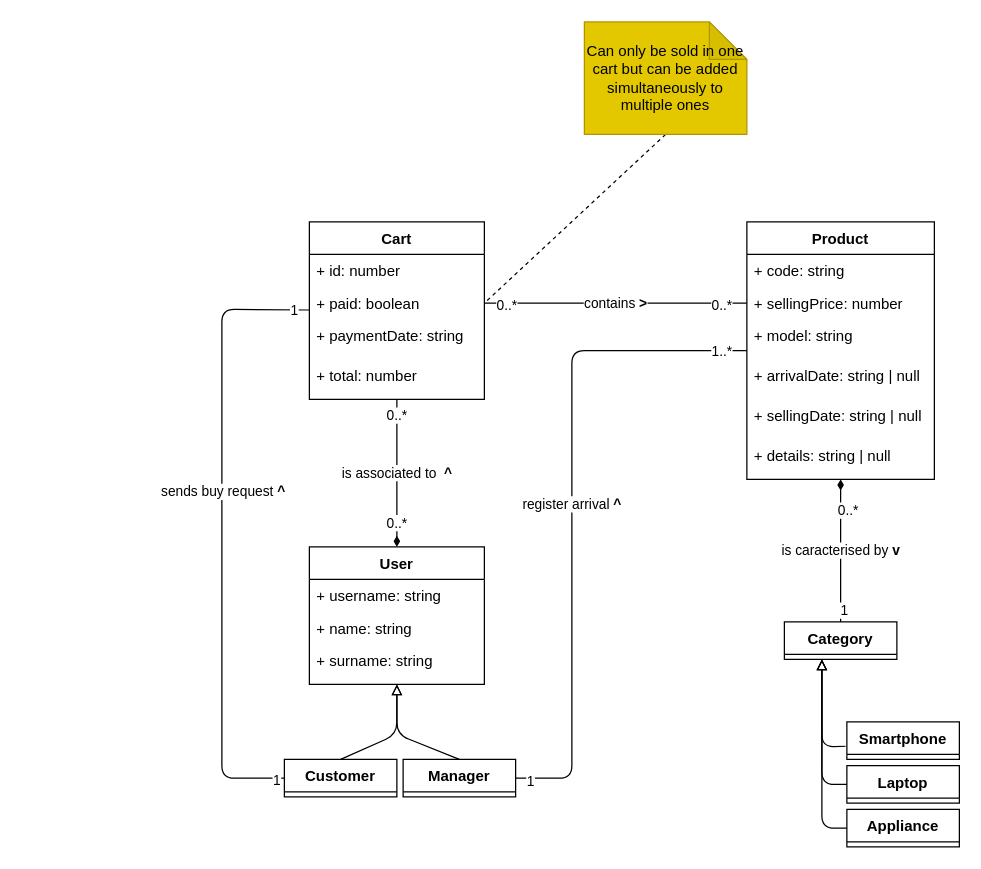
The draw.io diagram page "V1" (1 of 2) of figures/glossary.drawio in eduardz1/EZElectronics, before the edit. Source tidied: cells renumbered, new cells numbered last; positions are measured from the earlier drawing's top-left corner, leaving out a move shared by most shapes. Both pictures are drawn from the tidied source at 125%, with x=0, y=0 at pixel (221, 21).
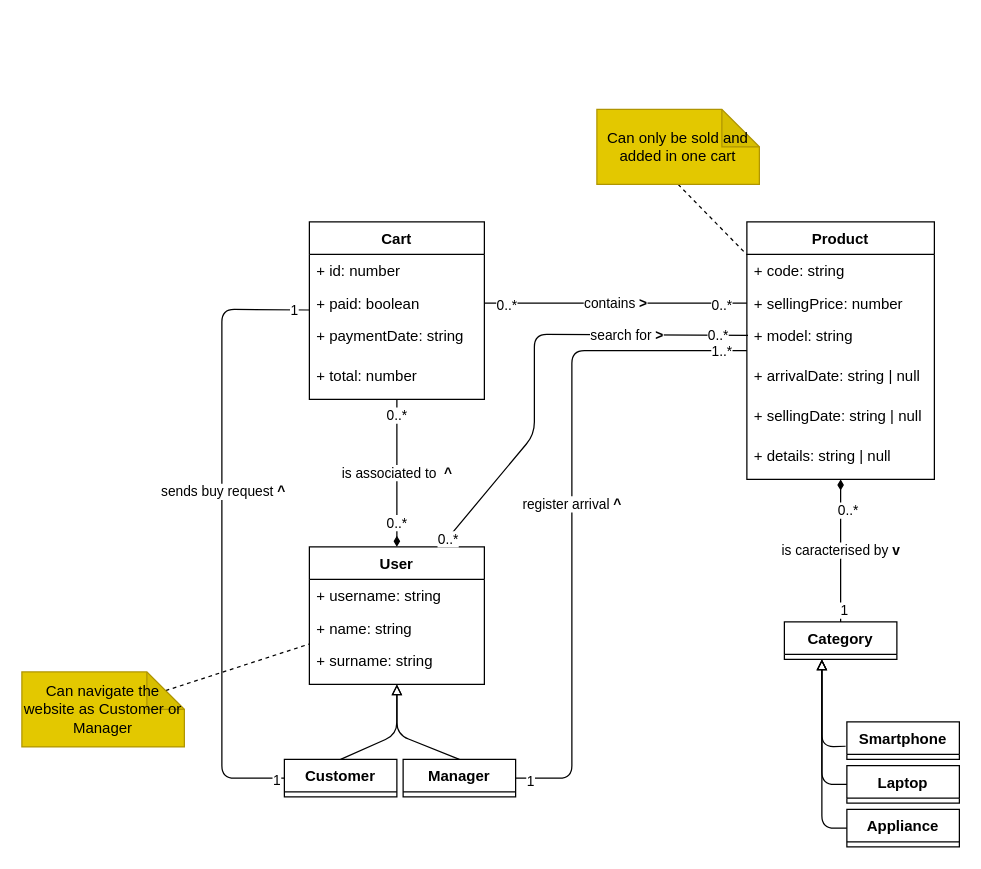
The same diagram, later.

Commit message (it also covers changes not shown here):
docs: improved glossary, managed case where item already in cart

The change refers to these unchanged cells:
```xml
<mxCell id="5" value="User" style="swimlane;fontStyle=1;horizontal=1;startSize=26;fillColor=none;" parent="1" vertex="1">
  <mxGeometry x="70" y="420" width="140" height="110" as="geometry" />
</mxCell>
<mxCell id="22" value="+ paid: boolean" style="text;strokeColor=none;fillColor=none;align=left;verticalAlign=top;spacingLeft=4;spacingRight=4;overflow=hidden;points=[[0,0.5],[1,0.5]];portConstraint=eastwest;" parent="20" vertex="1">
  <mxGeometry y="52" width="140" height="26" as="geometry" />
</mxCell>
<mxCell id="25" value="Product" style="swimlane;fontStyle=1;horizontal=1;startSize=26;fillColor=none;" parent="1" vertex="1">
  <mxGeometry x="420" y="160" width="150" height="206" as="geometry" />
</mxCell>
```

The edit, as a diff of the source:
```diff
@@
-    <mxCell id="45" style="edgeStyle=none;html=1;exitX=0.5;exitY=1;exitDx=0;exitDy=0;exitPerimeter=0;entryX=1;entryY=0.5;entryDx=0;entryDy=0;endArrow=none;endFill=0;dashed=1;" parent="1" edge="1" source="46" target="22">
+    <mxCell id="45" style="edgeStyle=none;html=1;exitX=0.5;exitY=1;exitDx=0;exitDy=0;exitPerimeter=0;endArrow=none;endFill=0;dashed=1;" parent="1" edge="1" source="46" target="25">
       <mxGeometry relative="1" as="geometry" />
     </mxCell>
-    <mxCell id="46" value="Can only be sold in one cart but can be added simultaneously to multiple ones" style="shape=note;whiteSpace=wrap;html=1;backgroundOutline=1;darkOpacity=0.05;fillColor=#e3c800;strokeColor=#B09500;fontColor=#000000;" parent="1" vertex="1">
-      <mxGeometry x="290" width="130" height="90" as="geometry" />
+    <mxCell id="46" value="Can only be sold and added in one cart" style="shape=note;whiteSpace=wrap;html=1;backgroundOutline=1;darkOpacity=0.05;fillColor=#e3c800;strokeColor=#B09500;fontColor=#000000;" parent="1" vertex="1">
+      <mxGeometry x="300" y="70" width="130" height="60" as="geometry" />
     </mxCell>
+    <mxCell id="47" style="edgeStyle=none;html=1;exitX=0;exitY=0;exitDx=115;exitDy=15;exitPerimeter=0;endArrow=none;endFill=0;dashed=1;" parent="1" edge="1" source="48" target="5">
+      <mxGeometry relative="1" as="geometry" />
+    </mxCell>
+    <mxCell id="48" value="Can navigate the website as Customer or Manager" style="shape=note;whiteSpace=wrap;html=1;backgroundOutline=1;darkOpacity=0.05;fillColor=#e3c800;strokeColor=#B09500;fontColor=#000000;" parent="1" vertex="1">
+      <mxGeometry x="-160" y="520" width="130" height="60" as="geometry" />
+    </mxCell>
+    <mxCell id="49" style="edgeStyle=none;html=1;exitX=0.75;exitY=0;exitDx=0;exitDy=0;endArrow=none;endFill=0;entryX=0.006;entryY=0.398;entryDx=0;entryDy=0;entryPerimeter=0;" parent="1" edge="1">
+      <mxGeometry relative="1" as="geometry">
+        <mxPoint x="175" y="420" as="sourcePoint" />
+        <mxPoint x="420.9" y="250.7" as="targetPoint" />
+        <Array as="points">
+          <mxPoint x="250" y="330" />
+          <mxPoint x="250" y="250" />
+        </Array>
+      </mxGeometry>
+    </mxCell>
+    <mxCell id="50" value="search for &lt;b&gt;&amp;gt;&lt;/b&gt;" style="edgeLabel;html=1;align=center;verticalAlign=middle;" parent="49" vertex="1">
+      <mxGeometry x="0.47" relative="1" as="geometry" />
+    </mxCell>
+    <mxCell id="51" value="0..*" style="edgeLabel;html=1;align=center;verticalAlign=middle;" parent="49" vertex="1">
+      <mxGeometry x="0.87" relative="1" as="geometry" />
+    </mxCell>
+    <mxCell id="52" value="0..*" style="edgeLabel;html=1;align=center;verticalAlign=middle;" parent="49" vertex="1">
+      <mxGeometry x="-0.95" relative="1" as="geometry" />
+    </mxCell>
```
